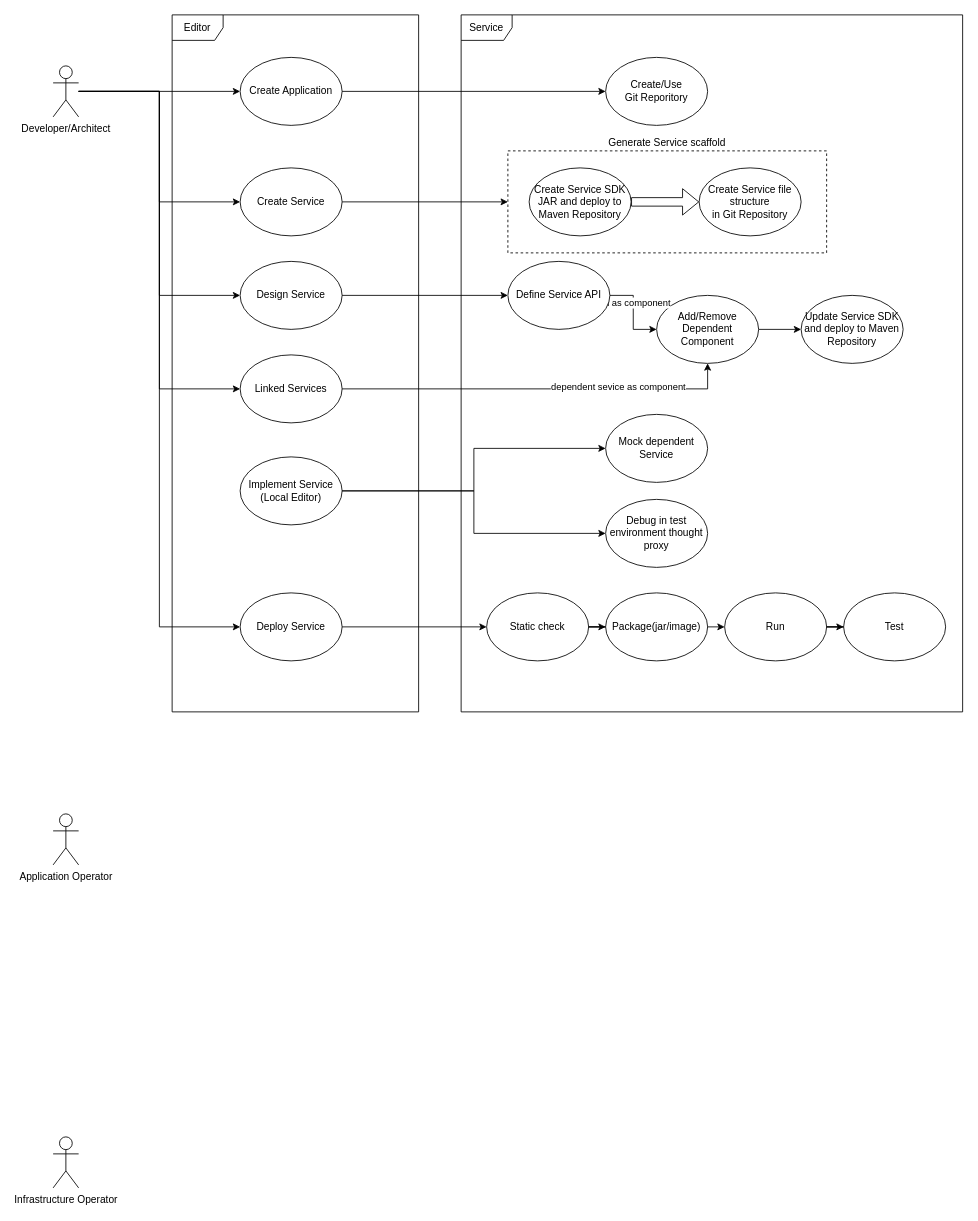
Above: proj/deck.drawio in ruipengliu/books (draw.io), before the change. Source tidied: cells renumbered, new cells numbered last; positions are measured from the earlier drawing's top-left corner, leaving out a move shared by most shapes. Both pictures are drawn from the tidied source at 85%, with x=0, y=0 at pixel (53, 14).
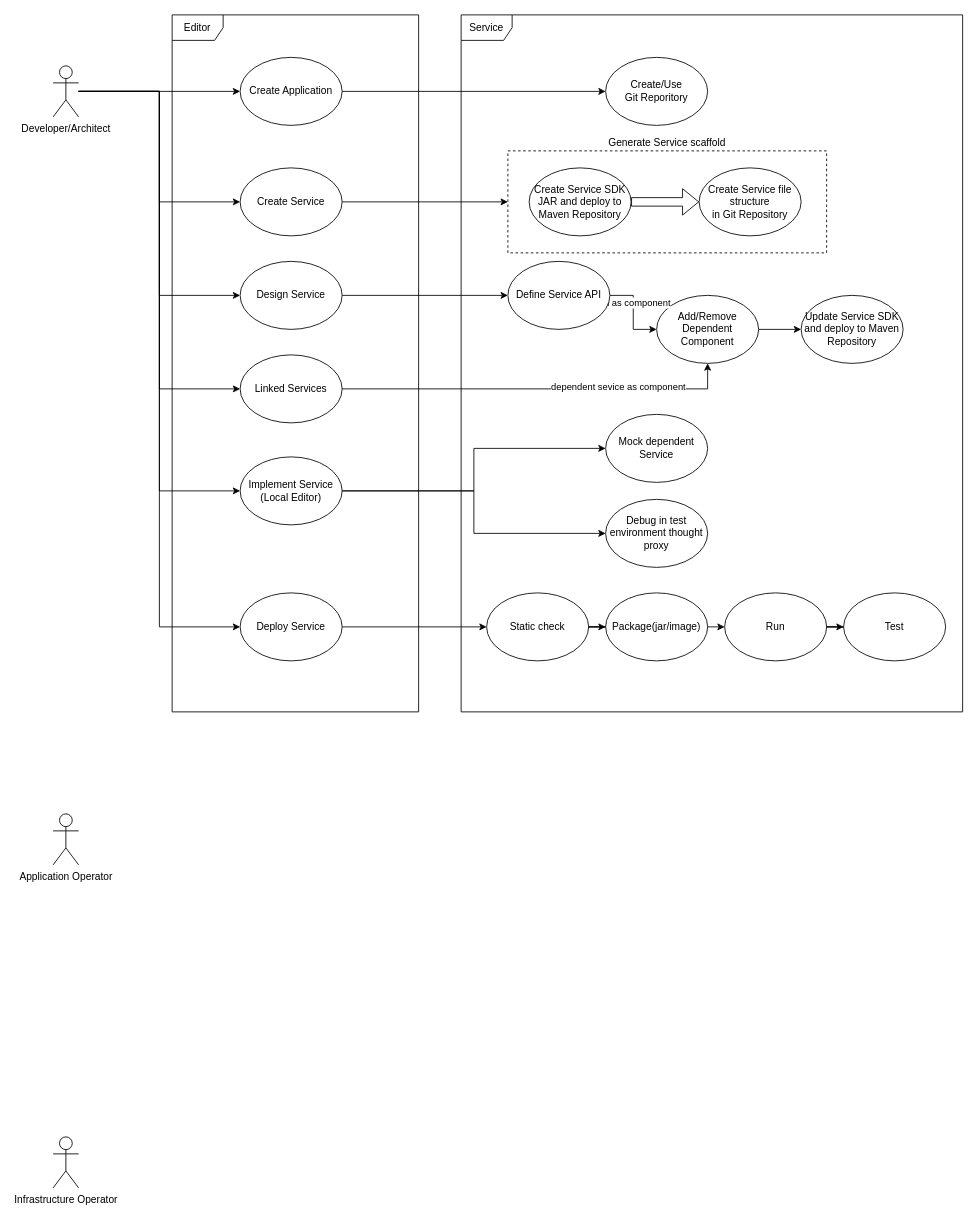
Above is the later version.

Unchanged cells that the change refers to:
```xml
<mxCell id="9" value="Developer/Architect" style="shape=umlActor;verticalLabelPosition=bottom;verticalAlign=top;html=1;outlineConnect=0;" parent="1" vertex="1">
  <mxGeometry y="60" width="30" height="60" as="geometry" />
</mxCell>
<mxCell id="29" value="Implement Service&lt;br&gt;(Local Editor)" style="ellipse;whiteSpace=wrap;html=1;fillColor=none;" parent="1" vertex="1">
  <mxGeometry x="220" y="520" width="120" height="80" as="geometry" />
</mxCell>
```

Change to the diagram source:
```diff
@@
+    <mxCell id="46" style="edgeStyle=orthogonalEdgeStyle;rounded=0;jettySize=auto;html=1;entryX=0;entryY=0.5;entryDx=0;entryDy=0;" parent="1" edge="1" source="9" target="29">
+      <mxGeometry relative="1" as="geometry" />
+    </mxCell>
```
